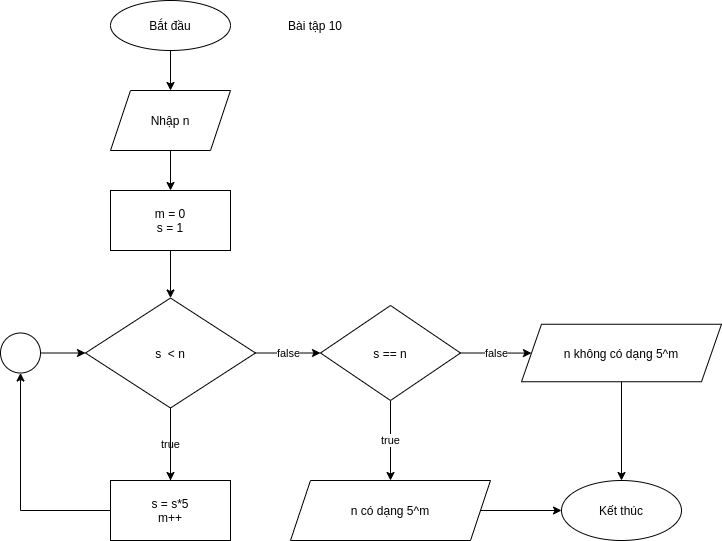
Above: images/luudo/baigiailuudo10.png in Maidchauanh/BHT_Write_Up (draw.io), before the change. Source tidied: cells renumbered, new cells last; positions are measured from the earlier drawing's top-left corner, leaving out a move shared by most shapes. Its diagram source:
```xml
<mxGraphModel>
  <root>
    <mxCell id="0" />
    <mxCell id="1" parent="0" />
    <mxCell id="2" style="edgeStyle=orthogonalEdgeStyle;rounded=0;jettySize=auto;html=1;" parent="1" edge="1" source="3" target="5">
      <mxGeometry relative="1" as="geometry" />
    </mxCell>
    <mxCell id="3" value="Bắt đầu" style="ellipse;whiteSpace=wrap;html=1;" parent="1" vertex="1">
      <mxGeometry x="110" width="120" height="50" as="geometry" />
    </mxCell>
    <mxCell id="4" style="edgeStyle=orthogonalEdgeStyle;rounded=0;jettySize=auto;html=1;" parent="1" edge="1" source="5" target="7">
      <mxGeometry relative="1" as="geometry" />
    </mxCell>
    <mxCell id="5" value="Nhập n" style="shape=parallelogram;perimeter=parallelogramPerimeter;whiteSpace=wrap;html=1;fixedSize=1;" parent="1" vertex="1">
      <mxGeometry x="110" y="90" width="120" height="60" as="geometry" />
    </mxCell>
    <mxCell id="6" style="edgeStyle=orthogonalEdgeStyle;rounded=0;jettySize=auto;html=1;" parent="1" edge="1" source="7" target="15">
      <mxGeometry relative="1" as="geometry" />
    </mxCell>
    <mxCell id="7" value="m = 0&lt;br&gt;s = 1" style="whiteSpace=wrap;html=1;" parent="1" vertex="1">
      <mxGeometry x="110" y="190" width="120" height="60" as="geometry" />
    </mxCell>
    <mxCell id="8" value="true" style="edgeStyle=orthogonalEdgeStyle;rounded=0;jettySize=auto;html=1;" parent="1" edge="1" source="15" target="11">
      <mxGeometry relative="1" as="geometry" />
    </mxCell>
    <mxCell id="9" value="false" style="edgeStyle=orthogonalEdgeStyle;rounded=0;jettySize=auto;html=1;" parent="1" edge="1" source="15" target="14">
      <mxGeometry relative="1" as="geometry" />
    </mxCell>
    <mxCell id="10" style="edgeStyle=orthogonalEdgeStyle;rounded=0;jettySize=auto;html=1;entryX=0.5;entryY=1;entryDx=0;entryDy=0;" parent="1" edge="1" source="11" target="18">
      <mxGeometry relative="1" as="geometry" />
    </mxCell>
    <mxCell id="11" value="s = s*5&lt;br&gt;m++" style="whiteSpace=wrap;html=1;" parent="1" vertex="1">
      <mxGeometry x="110" y="480" width="120" height="60" as="geometry" />
    </mxCell>
    <mxCell id="12" value="false" style="edgeStyle=orthogonalEdgeStyle;rounded=0;jettySize=auto;html=1;" parent="1" edge="1" source="14" target="20">
      <mxGeometry relative="1" as="geometry" />
    </mxCell>
    <mxCell id="13" value="true" style="edgeStyle=orthogonalEdgeStyle;rounded=0;jettySize=auto;html=1;" parent="1" edge="1" source="14" target="22">
      <mxGeometry relative="1" as="geometry" />
    </mxCell>
    <mxCell id="14" value="s == n" style="rhombus;whiteSpace=wrap;html=1;" parent="1" vertex="1">
      <mxGeometry x="320" y="305" width="140" height="95" as="geometry" />
    </mxCell>
    <mxCell id="15" value="s&amp;nbsp; &amp;lt; n" style="rhombus;whiteSpace=wrap;html=1;" parent="1" vertex="1">
      <mxGeometry x="85" y="297.5" width="170" height="110" as="geometry" />
    </mxCell>
    <mxCell id="16" style="edgeStyle=orthogonalEdgeStyle;rounded=0;jettySize=auto;html=1;endArrow=none;" parent="1" edge="1" source="11" target="15">
      <mxGeometry relative="1" as="geometry" />
    </mxCell>
    <mxCell id="17" style="edgeStyle=orthogonalEdgeStyle;rounded=0;jettySize=auto;html=1;exitX=1;exitY=0.5;exitDx=0;exitDy=0;" parent="1" edge="1" source="18" target="15">
      <mxGeometry relative="1" as="geometry" />
    </mxCell>
    <mxCell id="18" style="ellipse;whiteSpace=wrap;html=1;" parent="1" vertex="1">
      <mxGeometry y="332.5" width="40" height="40" as="geometry" />
    </mxCell>
    <mxCell id="19" style="edgeStyle=orthogonalEdgeStyle;rounded=0;jettySize=auto;html=1;" parent="1" edge="1" source="20" target="23">
      <mxGeometry relative="1" as="geometry" />
    </mxCell>
    <mxCell id="20" value="n không có dạng 5^m&lt;br&gt;" style="shape=parallelogram;perimeter=parallelogramPerimeter;whiteSpace=wrap;html=1;fixedSize=1;" parent="1" vertex="1">
      <mxGeometry x="521" y="323.8" width="200" height="57.5" as="geometry" />
    </mxCell>
    <mxCell id="21" style="edgeStyle=orthogonalEdgeStyle;rounded=0;jettySize=auto;html=1;" parent="1" edge="1" source="22" target="23">
      <mxGeometry relative="1" as="geometry" />
    </mxCell>
    <mxCell id="22" value="n có dạng 5^m" style="shape=parallelogram;perimeter=parallelogramPerimeter;whiteSpace=wrap;html=1;fixedSize=1;" parent="1" vertex="1">
      <mxGeometry x="290" y="480" width="200" height="60" as="geometry" />
    </mxCell>
    <mxCell id="23" value="Kết thúc" style="ellipse;whiteSpace=wrap;html=1;" parent="1" vertex="1">
      <mxGeometry x="561" y="480" width="120" height="60" as="geometry" />
    </mxCell>
    <mxCell id="24" value="Bài tập 10" style="text;html=1;strokeColor=none;fillColor=none;align=center;verticalAlign=middle;whiteSpace=wrap;rounded=0;" parent="1" vertex="1">
      <mxGeometry x="285" y="10" width="60" height="30" as="geometry" />
    </mxCell>
  </root>
</mxGraphModel>
```
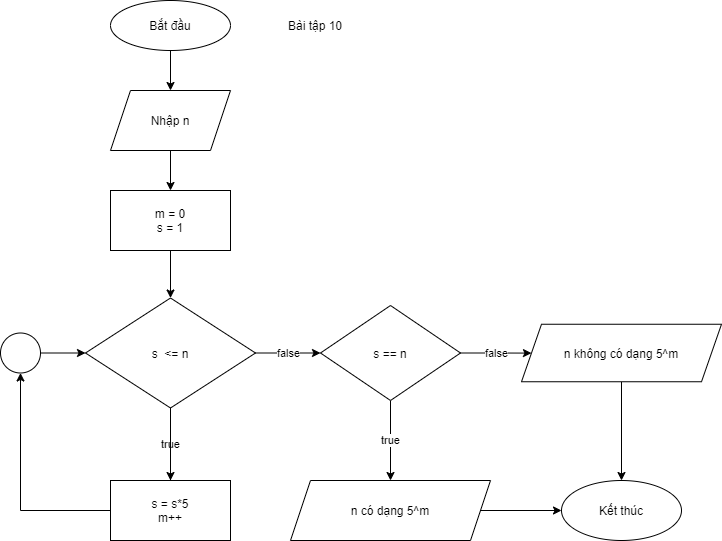
The same diagram one commit later.

The edit, as a diff of the source:
```diff
@@ -41,7 +41,7 @@
     <mxCell id="14" value="s == n" style="rhombus;whiteSpace=wrap;html=1;" parent="1" vertex="1">
       <mxGeometry x="320" y="305" width="140" height="95" as="geometry" />
     </mxCell>
-    <mxCell id="15" value="s&amp;nbsp; &amp;lt; n" style="rhombus;whiteSpace=wrap;html=1;" parent="1" vertex="1">
+    <mxCell id="15" value="s&amp;nbsp; &amp;lt;= n" style="rhombus;whiteSpace=wrap;html=1;" parent="1" vertex="1">
       <mxGeometry x="85" y="297.5" width="170" height="110" as="geometry" />
     </mxCell>
     <mxCell id="16" style="edgeStyle=orthogonalEdgeStyle;rounded=0;jettySize=auto;html=1;endArrow=none;" parent="1" edge="1" source="11" target="15">
```
